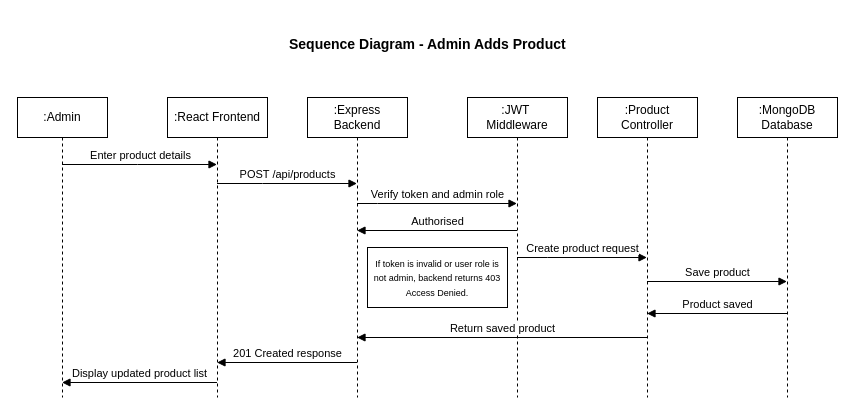
This is docs/sysml/3- ESMS_Sequence_Diagram.drawio from zunair-hub/electronics-store-management-system, a draw.io file, before an edit. Source tidied: cells renumbered, new cells numbered last; positions are measured from the earlier drawing's top-left corner, leaving out a move shared by most shapes. Both pictures are drawn from the tidied source at 100%, with x=0, y=0 at pixel (17, 17).
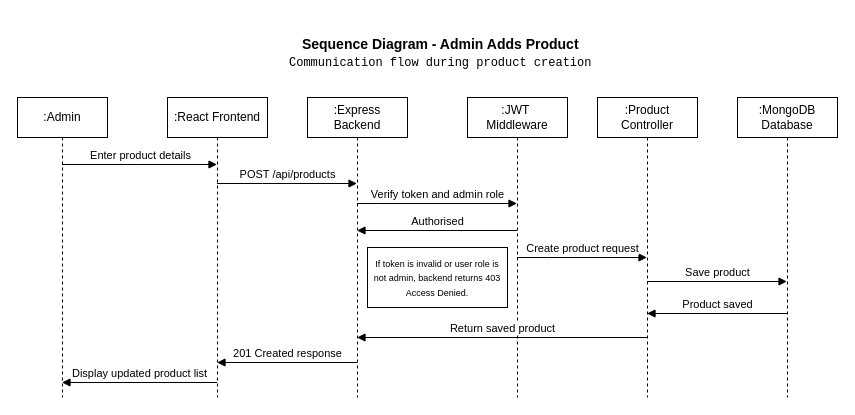
Above is the later version.

What changed in the source:
```diff
@@
-    <mxCell id="3" value="&lt;pre class=&quot;overflow-visible! px-0!&quot;&gt;&lt;div class=&quot;relative w-full mt-4 mb-1&quot;&gt;&lt;div class=&quot;&quot;&gt;&lt;div class=&quot;relative&quot;&gt;&lt;div class=&quot;h-full min-h-0 min-w-0&quot;&gt;&lt;div class=&quot;h-full min-h-0 min-w-0&quot;&gt;&lt;div class=&quot;border border-token-border-light border-radius-3xl corner-superellipse/1.1 rounded-3xl&quot;&gt;&lt;div class=&quot;h-full w-full border-radius-3xl bg-token-bg-elevated-secondary corner-superellipse/1.1 overflow-clip rounded-3xl lxnfua_clipPathFallback&quot;&gt;&lt;div class=&quot;relative&quot;&gt;&lt;div class=&quot;pe-11 pt-3&quot;&gt;&lt;div class=&quot;relative z-0 flex max-w-full&quot;&gt;&lt;div id=&quot;code-block-viewer&quot; dir=&quot;ltr&quot; class=&quot;q9tKkq_viewer cm-editor z-10 light:cm-light dark:cm-light flex h-full w-full flex-col items-stretch ͼs ͼ16&quot;&gt;&lt;div class=&quot;cm-scroller&quot;&gt;&lt;pre class=&quot;cm-content q9tKkq_readonly m-0&quot; style=&quot;text-align: center;&quot;&gt;&lt;code&gt;&lt;span&gt;&lt;font face=&quot;Helvetica&quot; style=&quot;font-size: 14px;&quot;&gt;&lt;b&gt;Sequence Diagram - Admin Adds Product&lt;/b&gt;&lt;/font&gt;&lt;/span&gt;&lt;/code&gt;&lt;/pre&gt;&lt;/div&gt;&lt;/div&gt;&lt;/div&gt;&lt;/div&gt;&lt;/div&gt;&lt;/div&gt;&lt;/div&gt;&lt;/div&gt;&lt;/div&gt;&lt;div class=&quot;&quot;&gt;&lt;div class=&quot;&quot;&gt;&lt;/div&gt;&lt;/div&gt;&lt;/div&gt;&lt;/div&gt;&lt;/div&gt;&lt;/pre&gt;" style="text;whiteSpace=wrap;html=1;" parent="1" vertex="1">
+    <mxCell id="3" value="&lt;pre class=&quot;overflow-visible! px-0!&quot;&gt;&lt;div class=&quot;relative w-full mt-4 mb-1&quot;&gt;&lt;div class=&quot;&quot;&gt;&lt;div class=&quot;relative&quot;&gt;&lt;div class=&quot;h-full min-h-0 min-w-0&quot;&gt;&lt;div class=&quot;h-full min-h-0 min-w-0&quot;&gt;&lt;div class=&quot;border border-token-border-light border-radius-3xl corner-superellipse/1.1 rounded-3xl&quot;&gt;&lt;div class=&quot;h-full w-full border-radius-3xl bg-token-bg-elevated-secondary corner-superellipse/1.1 overflow-clip rounded-3xl lxnfua_clipPathFallback&quot;&gt;&lt;div class=&quot;relative&quot;&gt;&lt;div class=&quot;pe-11 pt-3&quot;&gt;&lt;div class=&quot;relative z-0 flex max-w-full&quot;&gt;&lt;div id=&quot;code-block-viewer&quot; dir=&quot;ltr&quot; class=&quot;q9tKkq_viewer cm-editor z-10 light:cm-light dark:cm-light flex h-full w-full flex-col items-stretch ͼs ͼ16&quot;&gt;&lt;div class=&quot;cm-scroller&quot;&gt;&lt;pre class=&quot;cm-content q9tKkq_readonly m-0&quot; style=&quot;text-align: center;&quot;&gt;&lt;code&gt;&lt;span&gt;&lt;font face=&quot;Helvetica&quot; style=&quot;font-size: 14px;&quot;&gt;&lt;b&gt;Sequence Diagram - Admin Adds Product&lt;br&gt;&lt;/b&gt;&lt;/font&gt;&lt;/span&gt;Communication flow during product creation&lt;span&gt;&lt;font face=&quot;Helvetica&quot; style=&quot;font-size: 14px;&quot;&gt;&lt;b&gt;&lt;/b&gt;&lt;/font&gt;&lt;/span&gt;&lt;/code&gt;&lt;/pre&gt;&lt;/div&gt;&lt;/div&gt;&lt;/div&gt;&lt;/div&gt;&lt;/div&gt;&lt;/div&gt;&lt;/div&gt;&lt;/div&gt;&lt;/div&gt;&lt;div class=&quot;&quot;&gt;&lt;div class=&quot;&quot;&gt;&lt;/div&gt;&lt;/div&gt;&lt;/div&gt;&lt;/div&gt;&lt;/div&gt;&lt;/pre&gt;" style="text;whiteSpace=wrap;html=1;" parent="1" vertex="1">
       <mxGeometry x="270" width="280" height="60" as="geometry" />
     </mxCell>
```
